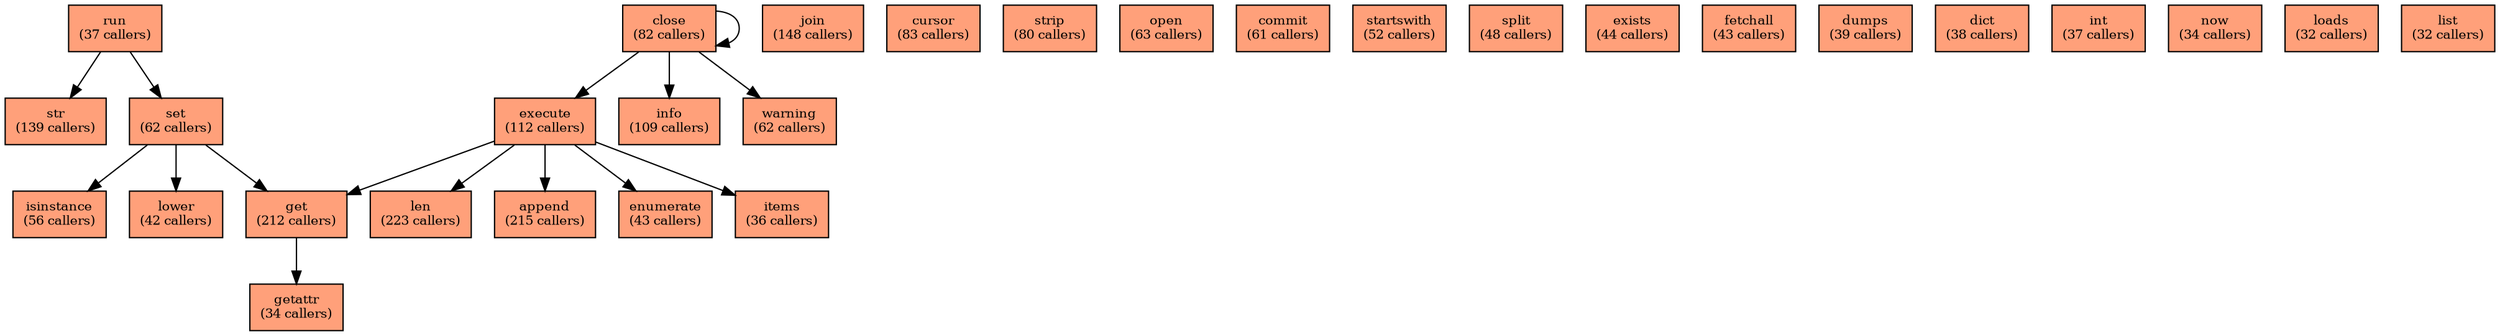
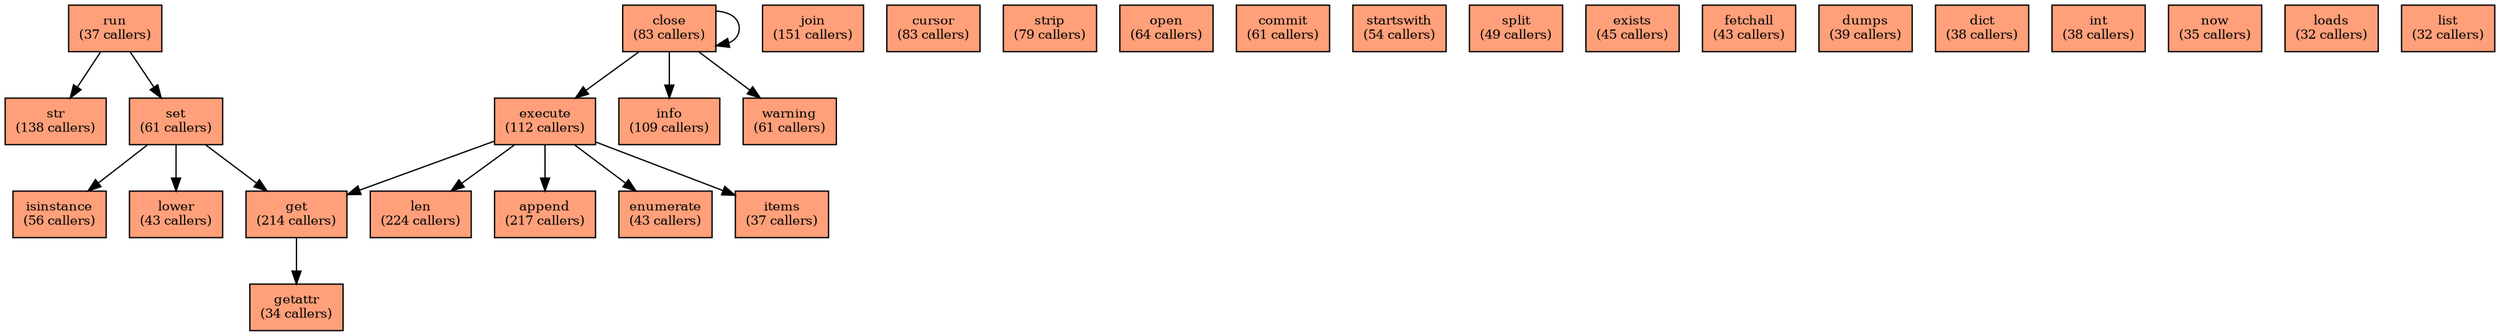
digraph G {
  rankdir=TB;
  node [shape=box, style=filled, fillcolor=lightyellow, fontsize=10];
-   n0 [label="len\n(223 callers)" fillcolor=lightsalmon];
-   n1 [label="append\n(215 callers)" fillcolor=lightsalmon];
-   n2 [label="get\n(212 callers)" fillcolor=lightsalmon];
-   n3 [label="join\n(148 callers)" fillcolor=lightsalmon];
-   n4 [label="str\n(139 callers)" fillcolor=lightsalmon];
+   n0 [label="len\n(224 callers)" fillcolor=lightsalmon];
+   n1 [label="append\n(217 callers)" fillcolor=lightsalmon];
+   n2 [label="get\n(214 callers)" fillcolor=lightsalmon];
+   n3 [label="join\n(151 callers)" fillcolor=lightsalmon];
+   n4 [label="str\n(138 callers)" fillcolor=lightsalmon];
  n5 [label="execute\n(112 callers)" fillcolor=lightsalmon];
  n6 [label="info\n(109 callers)" fillcolor=lightsalmon];
-   n7 [label="cursor\n(83 callers)" fillcolor=lightsalmon];
-   n8 [label="close\n(82 callers)" fillcolor=lightsalmon];
-   n9 [label="strip\n(80 callers)" fillcolor=lightsalmon];
-   n10 [label="open\n(63 callers)" fillcolor=lightsalmon];
-   n11 [label="warning\n(62 callers)" fillcolor=lightsalmon];
-   n12 [label="set\n(62 callers)" fillcolor=lightsalmon];
+   n7 [label="close\n(83 callers)" fillcolor=lightsalmon];
+   n8 [label="cursor\n(83 callers)" fillcolor=lightsalmon];
+   n9 [label="strip\n(79 callers)" fillcolor=lightsalmon];
+   n10 [label="open\n(64 callers)" fillcolor=lightsalmon];
+   n11 [label="warning\n(61 callers)" fillcolor=lightsalmon];
+   n12 [label="set\n(61 callers)" fillcolor=lightsalmon];
  n13 [label="commit\n(61 callers)" fillcolor=lightsalmon];
  n14 [label="isinstance\n(56 callers)" fillcolor=lightsalmon];
-   n15 [label="startswith\n(52 callers)" fillcolor=lightsalmon];
-   n16 [label="split\n(48 callers)" fillcolor=lightsalmon];
-   n17 [label="exists\n(44 callers)" fillcolor=lightsalmon];
-   n18 [label="fetchall\n(43 callers)" fillcolor=lightsalmon];
-   n19 [label="enumerate\n(43 callers)" fillcolor=lightsalmon];
-   n20 [label="lower\n(42 callers)" fillcolor=lightsalmon];
+   n15 [label="startswith\n(54 callers)" fillcolor=lightsalmon];
+   n16 [label="split\n(49 callers)" fillcolor=lightsalmon];
+   n17 [label="exists\n(45 callers)" fillcolor=lightsalmon];
+   n18 [label="enumerate\n(43 callers)" fillcolor=lightsalmon];
+   n19 [label="lower\n(43 callers)" fillcolor=lightsalmon];
+   n20 [label="fetchall\n(43 callers)" fillcolor=lightsalmon];
  n21 [label="dumps\n(39 callers)" fillcolor=lightsalmon];
  n22 [label="dict\n(38 callers)" fillcolor=lightsalmon];
-   n23 [label="int\n(37 callers)" fillcolor=lightsalmon];
-   n24 [label="run\n(37 callers)" fillcolor=lightsalmon];
-   n25 [label="items\n(36 callers)" fillcolor=lightsalmon];
-   n26 [label="getattr\n(34 callers)" fillcolor=lightsalmon];
-   n27 [label="now\n(34 callers)" fillcolor=lightsalmon];
+   n23 [label="int\n(38 callers)" fillcolor=lightsalmon];
+   n24 [label="items\n(37 callers)" fillcolor=lightsalmon];
+   n25 [label="run\n(37 callers)" fillcolor=lightsalmon];
+   n26 [label="now\n(35 callers)" fillcolor=lightsalmon];
+   n27 [label="getattr\n(34 callers)" fillcolor=lightsalmon];
  n28 [label="loads\n(32 callers)" fillcolor=lightsalmon];
  n29 [label="list\n(32 callers)" fillcolor=lightsalmon];
-   n24 -> n12;
-   n24 -> n4;
-   n8 -> n8;
-   n8 -> n5;
-   n8 -> n6;
-   n8 -> n11;
-   n2 -> n26;
+   n25 -> n12;
+   n25 -> n4;
+   n2 -> n27;
  n12 -> n2;
  n12 -> n14;
-   n12 -> n20;
+   n12 -> n19;
+   n7 -> n7;
+   n7 -> n5;
+   n7 -> n6;
+   n7 -> n11;
  n5 -> n1;
-   n5 -> n19;
+   n5 -> n18;
  n5 -> n2;
-   n5 -> n25;
+   n5 -> n24;
  n5 -> n0;
}